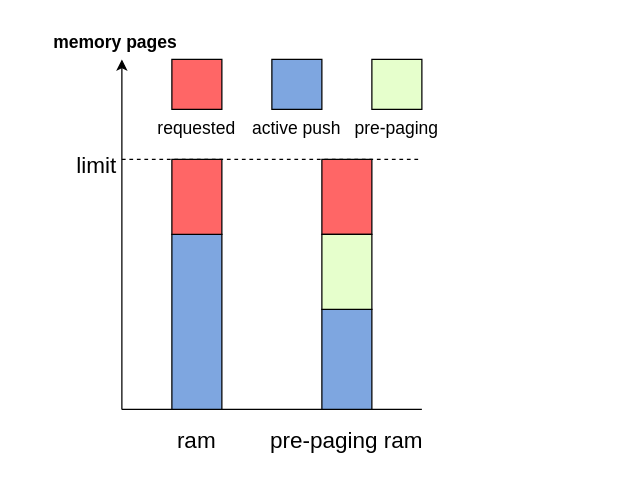
This is qemu-migration/rate-limit.drawio from xuyizhe1999/drawio, a draw.io file, before an edit. Source tidied: cells renumbered, new cells numbered last; positions are measured from the earlier drawing's top-left corner, leaving out a move shared by most shapes. Both pictures are drawn from the tidied source at 125%, with x=0, y=0 at pixel (21, 21).
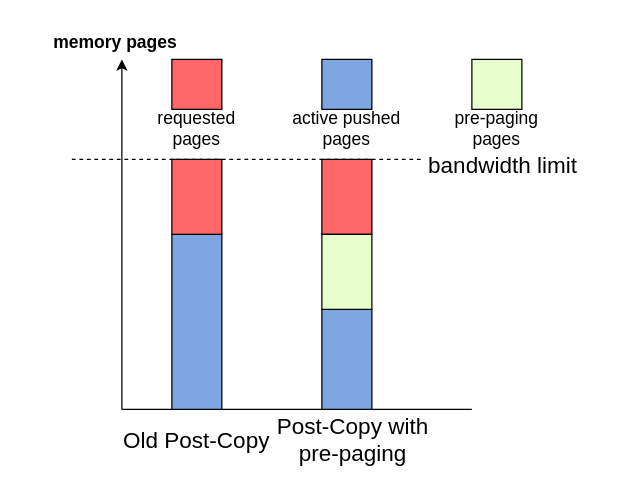
The same page after the edit.

What changed in the source:
```diff
@@
     <mxCell id="3" style="endArrow=none;html=1;rounded=0;endFill=0;" parent="1" edge="1">
       <mxGeometry relative="1" as="geometry">
         <mxPoint x="80" y="310" as="sourcePoint" />
-        <mxPoint x="320" y="310" as="targetPoint" />
+        <mxPoint x="360" y="310" as="targetPoint" />
       </mxGeometry>
     </mxCell>
@@
     <mxCell id="6" style="endArrow=none;dashed=1;html=1;rounded=0;" parent="1" edge="1">
       <mxGeometry relative="1" as="geometry">
-        <mxPoint x="80" y="110" as="sourcePoint" />
+        <mxPoint x="40" y="110" as="sourcePoint" />
         <mxPoint x="320" y="110" as="targetPoint" />
       </mxGeometry>
     </mxCell>
-    <mxCell id="7" value="&lt;font style=&quot;font-size: 18px;&quot;&gt;limit&lt;/font&gt;" style="text;html=1;strokeColor=none;fillColor=none;align=center;verticalAlign=middle;whiteSpace=wrap;rounded=0;" parent="1" vertex="1">
-      <mxGeometry x="30" y="100" width="60" height="30" as="geometry" />
+    <mxCell id="7" value="&lt;font style=&quot;font-size: 18px;&quot;&gt;bandwidth limit&lt;/font&gt;" style="text;html=1;strokeColor=none;fillColor=none;align=center;verticalAlign=middle;whiteSpace=wrap;rounded=0;" parent="1" vertex="1">
+      <mxGeometry x="310" y="100" width="150" height="30" as="geometry" />
     </mxCell>
@@
-    <mxCell id="11" value="ram" style="text;html=1;strokeColor=none;fillColor=none;align=center;verticalAlign=middle;whiteSpace=wrap;rounded=0;fontSize=18;" parent="1" vertex="1">
-      <mxGeometry x="110" y="320" width="60" height="30" as="geometry" />
+    <mxCell id="11" value="Old Post-Copy" style="text;html=1;strokeColor=none;fillColor=none;align=center;verticalAlign=middle;whiteSpace=wrap;rounded=0;fontSize=18;" parent="1" vertex="1">
+      <mxGeometry x="80" y="320" width="120" height="30" as="geometry" />
     </mxCell>
-    <mxCell id="12" value="pre-paging ram" style="text;html=1;strokeColor=none;fillColor=none;align=center;verticalAlign=middle;whiteSpace=wrap;rounded=0;fontSize=18;" parent="1" vertex="1">
-      <mxGeometry x="195" y="320" width="130" height="30" as="geometry" />
+    <mxCell id="12" value="Post-Copy with pre-paging" style="text;html=1;strokeColor=none;fillColor=none;align=center;verticalAlign=middle;whiteSpace=wrap;rounded=0;fontSize=18;" parent="1" vertex="1">
+      <mxGeometry x="200" y="320" width="130" height="30" as="geometry" />
     </mxCell>
@@
     <mxCell id="14" style="whiteSpace=wrap;html=1;fontSize=14;fillColor=#7EA6E0;" parent="1" vertex="1">
-      <mxGeometry x="200" y="30" width="40" height="40" as="geometry" />
+      <mxGeometry x="240" y="30" width="40" height="40" as="geometry" />
     </mxCell>
@@
     <mxCell id="16" style="whiteSpace=wrap;html=1;fontSize=14;fillColor=#E6FFCC;" parent="1" vertex="1">
-      <mxGeometry x="280" y="30" width="40" height="40" as="geometry" />
+      <mxGeometry x="360" y="30" width="40" height="40" as="geometry" />
     </mxCell>
-    <mxCell id="17" value="requested" style="text;html=1;strokeColor=none;fillColor=none;align=center;verticalAlign=middle;whiteSpace=wrap;rounded=0;fontSize=14;" parent="1" vertex="1">
+    <mxCell id="17" value="requested pages" style="text;html=1;strokeColor=none;fillColor=none;align=center;verticalAlign=middle;whiteSpace=wrap;rounded=0;fontSize=14;" parent="1" vertex="1">
       <mxGeometry x="110" y="70" width="60" height="30" as="geometry" />
     </mxCell>
-    <mxCell id="18" value="active push" style="text;html=1;strokeColor=none;fillColor=none;align=center;verticalAlign=middle;whiteSpace=wrap;rounded=0;fontSize=14;" parent="1" vertex="1">
-      <mxGeometry x="180" y="70" width="80" height="30" as="geometry" />
+    <mxCell id="18" value="active pushed pages" style="text;html=1;strokeColor=none;fillColor=none;align=center;verticalAlign=middle;whiteSpace=wrap;rounded=0;fontSize=14;" parent="1" vertex="1">
+      <mxGeometry x="210" y="70" width="100" height="30" as="geometry" />
     </mxCell>
-    <mxCell id="19" value="pre-paging" style="text;html=1;strokeColor=none;fillColor=none;align=center;verticalAlign=middle;whiteSpace=wrap;rounded=0;fontSize=14;" parent="1" vertex="1">
-      <mxGeometry x="265" y="70" width="70" height="30" as="geometry" />
+    <mxCell id="19" value="pre-paging pages" style="text;html=1;strokeColor=none;fillColor=none;align=center;verticalAlign=middle;whiteSpace=wrap;rounded=0;fontSize=14;" parent="1" vertex="1">
+      <mxGeometry x="345" y="70" width="70" height="30" as="geometry" />
     </mxCell>
```
